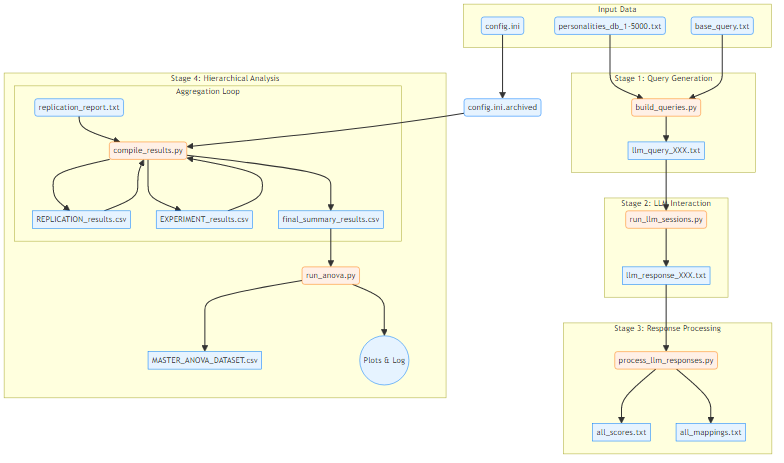
This is docs/images/architecture_data_flow.png from peterjmarko/llm-narrative-framework, a Mermaid export, as it was before one commit. Its source is kept beside it as docs/diagrams/architecture_data_flow.mmd. The source it was exported from:
```mermaid
graph TD
    subgraph "Input Data"
        A1(personalities_db_1-5000.txt)
        A2(base_query.txt)
        A3(config.ini)
    end

    subgraph "Stage 1: Query Generation"
        B(build_queries.py)
        A1 & A2 --> B
        B --> C[llm_query_XXX.txt]
    end

    subgraph "Stage 2: LLM Interaction"
        D(run_llm_sessions.py)
        C --> D
        D --> E[llm_response_XXX.txt]
    end

    subgraph "Stage 3: Response Processing"
        F(process_llm_responses.py)
        E --> F
        F --> G[all_scores.txt]
        F --> H[all_mappings.txt]
    end

    subgraph "Stage 4: Hierarchical Analysis"
        direction TB
        I(compile_results.py)
        J(run_anova.py)

        subgraph "Aggregation Loop"
            direction TB
            M(replication_report.txt) --> I;
            I --> K_rep[REPLICATION_results.csv];
            K_rep --> I;
            I --> K_exp[EXPERIMENT_results.csv];
            K_exp --> I;
            I --> K_final[final_summary_results.csv];
        end

        K_final --> J;
        J --> L[MASTER_ANOVA_DATASET.csv];
        J --> N((Plots & Log));
    end

    A3 --> O(config.ini.archived):::Data

    O --> I

    classDef Data fill:#e6f3ff,stroke:#007bff
    classDef Script fill:#fff0e6,stroke:#ff7f0e
    class A1,A2,A3,C,E,G,H,K_rep,K_exp,K_final,L,M,N,O Data
    class B,D,F,I,J Script
```
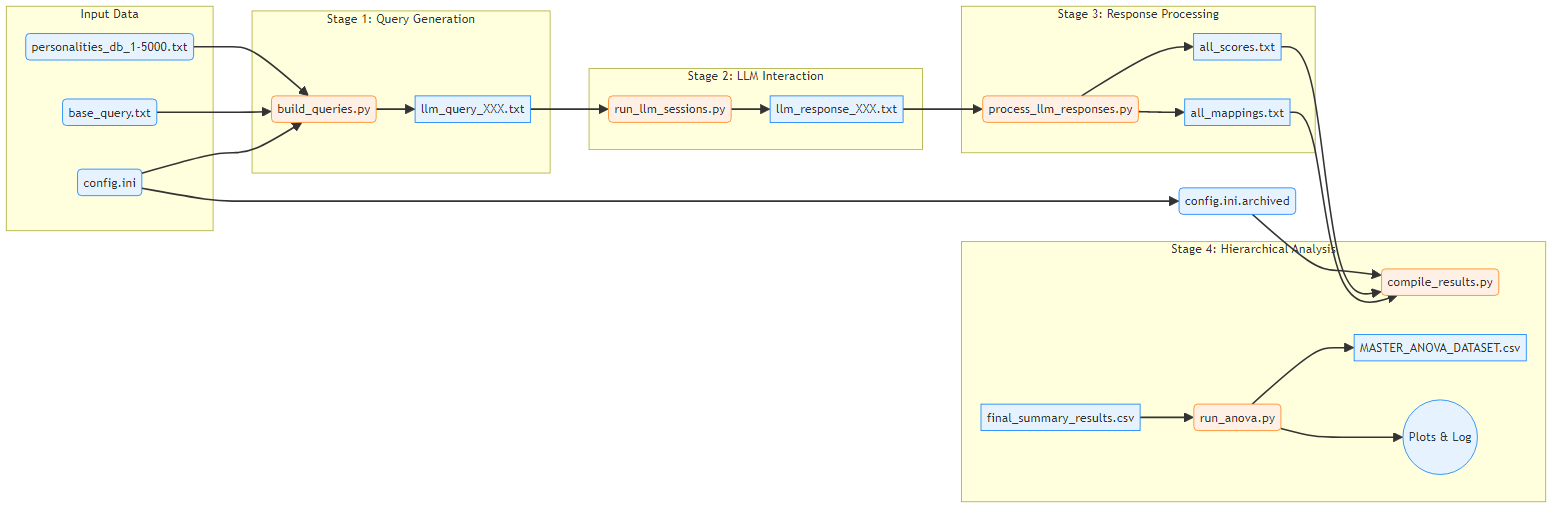
Above is the later version.

The edit, as a diff of the source:
```diff
@@ -1,25 +1,26 @@
-graph TD
+graph LR
     subgraph "Input Data"
+        direction TB
         A1(personalities_db_1-5000.txt)
         A2(base_query.txt)
         A3(config.ini)
     end
 
     subgraph "Stage 1: Query Generation"
+        direction TB
         B(build_queries.py)
-        A1 & A2 --> B
         B --> C[llm_query_XXX.txt]
     end
 
     subgraph "Stage 2: LLM Interaction"
+        direction TB
         D(run_llm_sessions.py)
-        C --> D
         D --> E[llm_response_XXX.txt]
     end
 
     subgraph "Stage 3: Response Processing"
+        direction TB
         F(process_llm_responses.py)
-        E --> F
         F --> G[all_scores.txt]
         F --> H[all_mappings.txt]
     end
@@ -28,27 +29,18 @@
         direction TB
         I(compile_results.py)
         J(run_anova.py)
-
-        subgraph "Aggregation Loop"
-            direction TB
-            M(replication_report.txt) --> I;
-            I --> K_rep[REPLICATION_results.csv];
-            K_rep --> I;
-            I --> K_exp[EXPERIMENT_results.csv];
-            K_exp --> I;
-            I --> K_final[final_summary_results.csv];
-        end
-
-        K_final --> J;
-        J --> L[MASTER_ANOVA_DATASET.csv];
-        J --> N((Plots & Log));
+        K_final[final_summary_results.csv] --> J
+        J --> L[MASTER_ANOVA_DATASET.csv]
+        J --> N((Plots & Log))
     end
 
+    A1 & A2 & A3 --> B
+    C --> D
+    E --> F
     A3 --> O(config.ini.archived):::Data
-
-    O --> I
+    O & G & H --> I
 
     classDef Data fill:#e6f3ff,stroke:#007bff
     classDef Script fill:#fff0e6,stroke:#ff7f0e
-    class A1,A2,A3,C,E,G,H,K_rep,K_exp,K_final,L,M,N,O Data
+    class A1,A2,A3,C,E,G,H,K_final,L,N,O Data
     class B,D,F,I,J Script
```
